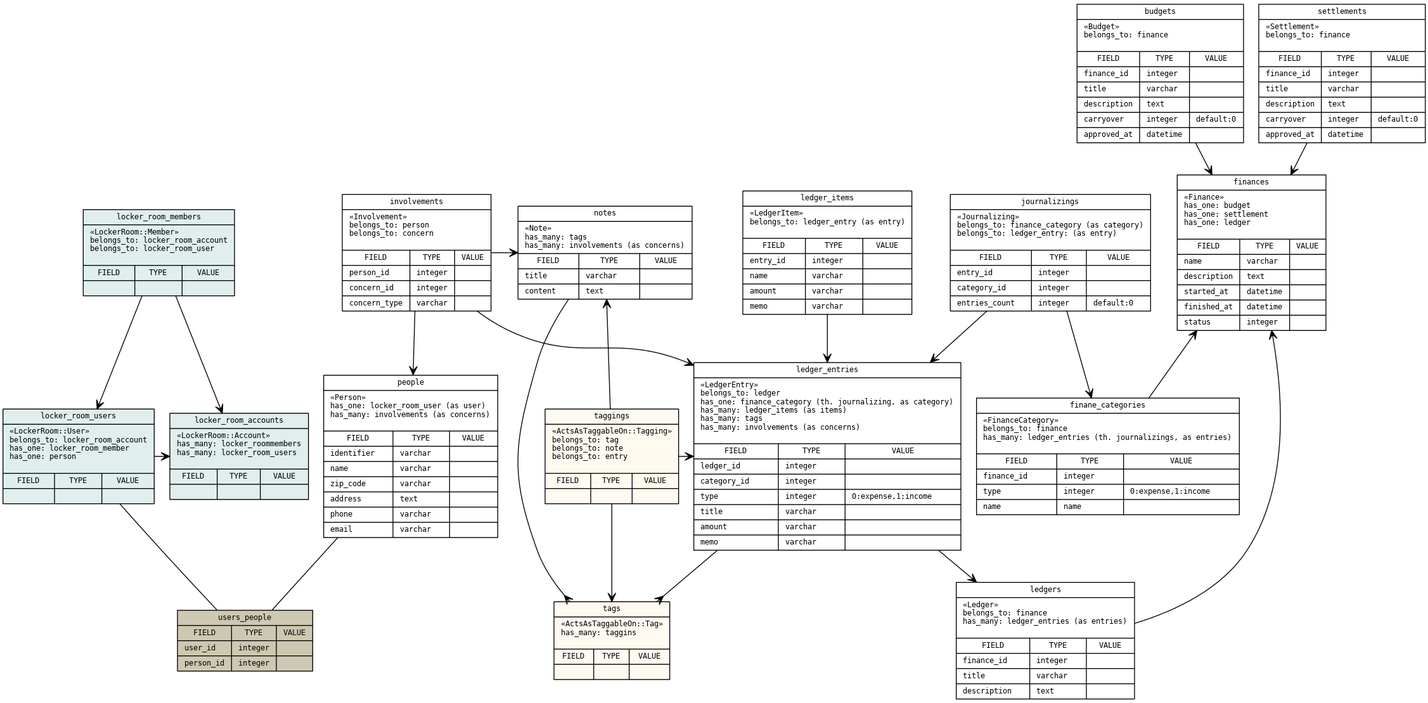
grauwoelfchen/clerkdesk keeps this Graphviz diagram as doc/er.png. Above is the earlier version. Its source is kept beside it as doc/er.dot.
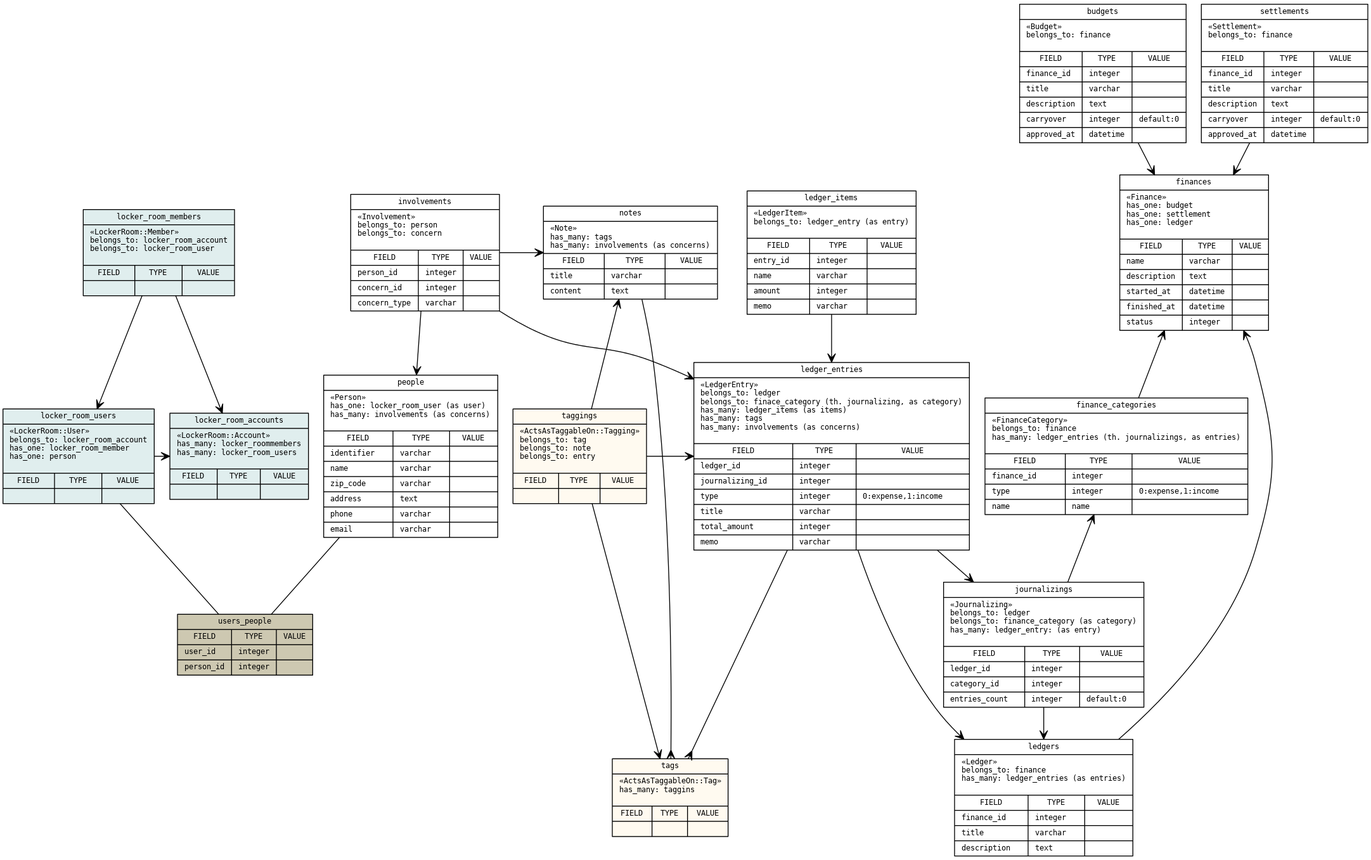
The same diagram one commit later.

Change to the diagram source:
```diff
@@ -90,7 +90,7 @@
   ]
 
   FinanceCategory [
-    label = "{finane_categories|«FinanceCategory»\lbelongs_to: finance\lhas_many: ledger_entries (th. journalizings, as entries)\l\n|{ \
+    label = "{finance_categories|«FinanceCategory»\lbelongs_to: finance\lhas_many: ledger_entries (th. journalizings, as entries)\l\n|{ \
       {FIELD|finance_id\l|type\l|name\l}| \
       {TYPE|integer\l|integer\l|name\l}| \
       {VALUE|\l|0:expense,1:income\l|\l} \
@@ -122,17 +122,17 @@
   ]
 
   Journalizing [
-    label = "{journalizings|«Journalizing»\lbelongs_to: finance_category (as category)\lbelongs_to: ledger_entry: (as entry)\l\n|{ \
-      {FIELD|entry_id\l|category_id\l|entries_count\l}| \
+    label = "{journalizings|«Journalizing»\lbelongs_to: ledger\lbelongs_to: finance_category (as category)\lhas_many: ledger_entry: (as entry)\l\n|{ \
+      {FIELD|ledger_id\l|category_id\l|entries_count\l}| \
       {TYPE|integer\l|integer\l|integer\l}| \
       {VALUE|\l|\l|default:0\l} \
     }}"
   ]
 
   LedgerEntry [
-    label = "{ledger_entries|«LedgerEntry»\lbelongs_to: ledger\lhas_one: finance_category (th. journalizing, as category)\lhas_many: ledger_items (as items)\lhas_many: tags\lhas_many: involvements (as concerns)\l\n|{ \
-      {FIELD|ledger_id\l|category_id\l|type\l|title\l|amount\l|memo\l}| \
-      {TYPE|integer\l|integer\l|integer\l|varchar\l|varchar\l|varchar\l}| \
+    label = "{ledger_entries|«LedgerEntry»\lbelongs_to: ledger\lbelongs_to: finace_category (th. journalizing, as category)\lhas_many: ledger_items (as items)\lhas_many: tags\lhas_many: involvements (as concerns)\l\n|{ \
+      {FIELD|ledger_id\l|journalizing_id\l|type\l|title\l|total_amount\l|memo\l}| \
+      {TYPE|integer\l|integer\l|integer\l|varchar\l|integer\l|varchar\l}| \
       {VALUE|\l|\l|0:expense,1:income\l|\l|\l|\l} \
     }}"
   ]
@@ -140,7 +140,7 @@
   LedgerItem [
     label = "{ledger_items|«LedgerItem»\lbelongs_to: ledger_entry (as entry)\l\n|{ \
       {FIELD|entry_id\l|name\l|amount\l|memo\l}| \
-      {TYPE|integer\l|varchar\l|varchar\l|varchar\l}| \
+      {TYPE|integer\l|varchar\l|integer\l|varchar\l}| \
       {VALUE|\l|\l|\l|\l} \
     }}"
   ]
@@ -217,10 +217,11 @@
 
   Ledger      -> Finance
   LedgerEntry -> Ledger
+  LedgerEntry -> Journalizing
   LedgerItem  -> LedgerEntry
 
+  Journalizing -> Ledger
   Journalizing -> FinanceCategory
-  Journalizing -> LedgerEntry
 
   Involvement -> Person
   Involvement -> Note
```
